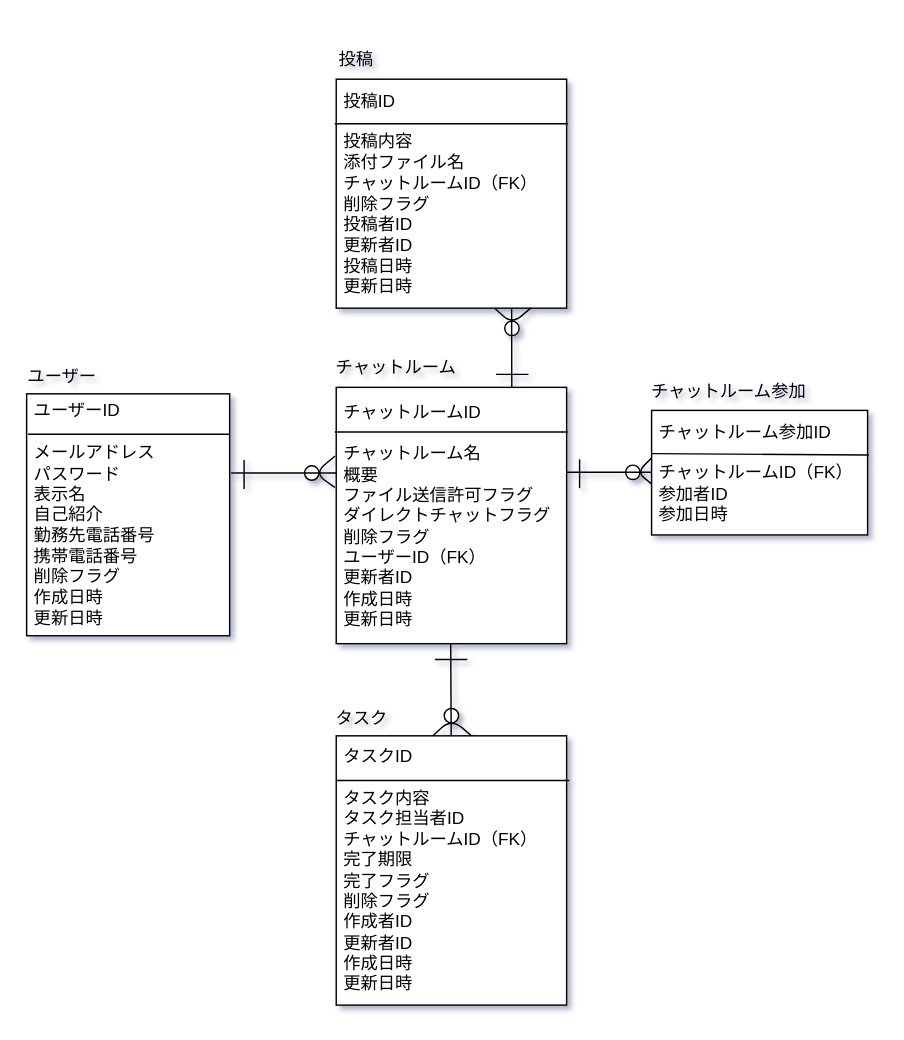
Above: db/db-challenge1/erd.drawio in 39nina/quelcode-db (draw.io), before the change. Source tidied: cells renumbered, new cells numbered last; positions are measured from the earlier drawing's top-left corner, leaving out a move shared by most shapes. Both pictures are drawn from the tidied source at 144%, with x=0, y=0 at pixel (24, 24).
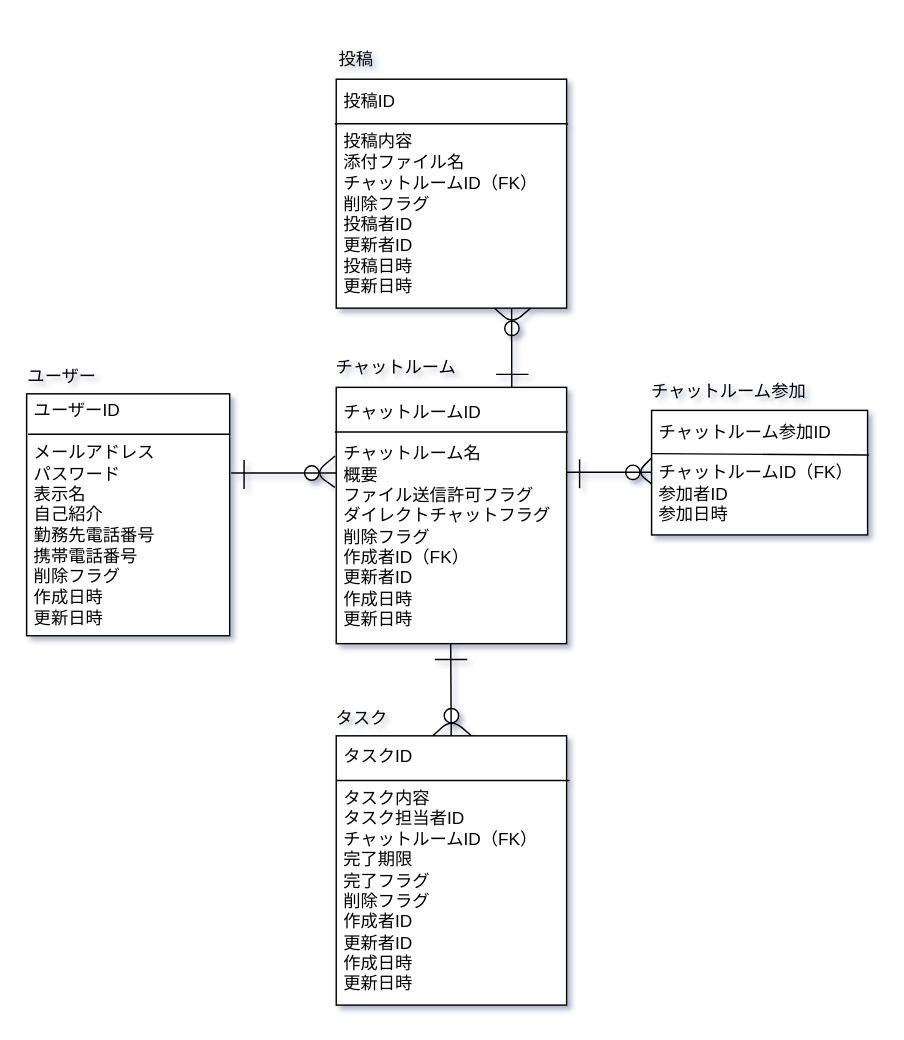
After the change.

Commit message:
チャットルームテーブルの外部キー属性名を作成者IDに修正

Diff of the diagram source:
```diff
@@
-    <mxCell id="12" value="&amp;nbsp;チャットルームID&lt;br&gt;&lt;br&gt;&amp;nbsp;チャットルーム名&lt;br&gt;&amp;nbsp;概要&lt;br&gt;&amp;nbsp;ファイル送信許可フラグ&lt;br&gt;&amp;nbsp;ダイレクトチャットフラグ&lt;br&gt;&amp;nbsp;削除フラグ&lt;br&gt;&amp;nbsp;ユーザーID（FK）&lt;br&gt;&amp;nbsp;更新者ID&lt;br&gt;&amp;nbsp;作成日時&lt;br&gt;&amp;nbsp;更新日時" style="rounded=0;whiteSpace=wrap;html=1;align=left;" parent="1" vertex="1">
+    <mxCell id="12" value="&amp;nbsp;チャットルームID&lt;br&gt;&lt;br&gt;&amp;nbsp;チャットルーム名&lt;br&gt;&amp;nbsp;概要&lt;br&gt;&amp;nbsp;ファイル送信許可フラグ&lt;br&gt;&amp;nbsp;ダイレクトチャットフラグ&lt;br&gt;&amp;nbsp;削除フラグ&lt;br&gt;&amp;nbsp;作成者ID（FK）&lt;br&gt;&amp;nbsp;更新者ID&lt;br&gt;&amp;nbsp;作成日時&lt;br&gt;&amp;nbsp;更新日時" style="rounded=0;whiteSpace=wrap;html=1;align=left;" parent="1" vertex="1">
       <mxGeometry x="216" y="251.5" width="160" height="178" as="geometry" />
     </mxCell>
```
